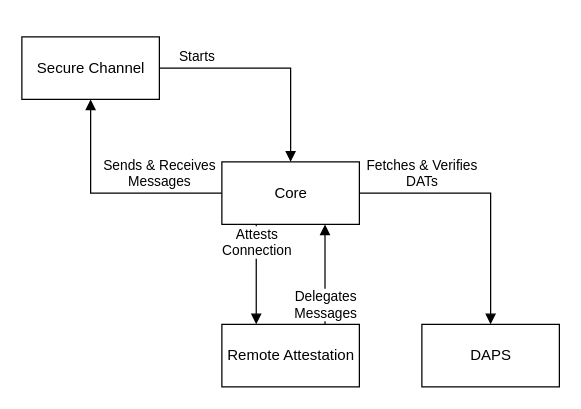
MatthiasGr/idscp2-jvm-wiki keeps this draw.io diagram as images/components.drawio. Above is the earlier version. Source tidied: cells renumbered, new cells numbered last; positions are measured from the earlier drawing's top-left corner, leaving out a move shared by most shapes. Both pictures are drawn from the tidied source at 125%, with x=0, y=0 at pixel (21, 36).
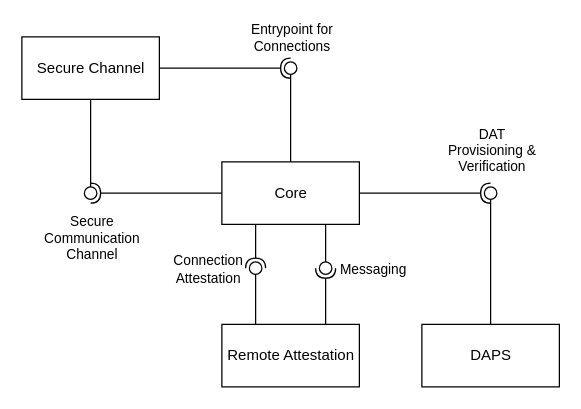
After the change.

Commit message (it also covers changes not shown here):
Modified the component diagram to be closer to UML

The change refers to these unchanged cells:
```xml
<mxCell id="2" value="Secure Channel" style="html=1;" parent="1" vertex="1">
  <mxGeometry width="110" height="50" as="geometry" />
</mxCell>
<mxCell id="3" value="Core" style="html=1;" parent="1" vertex="1">
  <mxGeometry x="160" y="100" width="110" height="50" as="geometry" />
</mxCell>
<mxCell id="6" value="DAPS" style="html=1;" parent="1" vertex="1">
  <mxGeometry x="320" y="230" width="110" height="50" as="geometry" />
</mxCell>
<mxCell id="8" value="Remote Attestation" style="html=1;" parent="1" vertex="1">
  <mxGeometry x="160" y="230" width="110" height="50" as="geometry" />
</mxCell>
```

Diff of the diagram source:
```diff
@@
-    <mxCell id="4" value="Starts" style="html=1;verticalAlign=bottom;endArrow=block;rounded=0;exitX=1;exitY=0.5;exitDx=0;exitDy=0;entryX=0.5;entryY=0;entryDx=0;entryDy=0;" parent="1" edge="1" source="2" target="3">
-      <mxGeometry x="-0.67" relative="1" as="geometry">
-        <Array as="points">
-          <mxPoint x="215" y="25" />
-        </Array>
-      </mxGeometry>
-    </mxCell>
-    <mxCell id="5" value="Sends &amp;amp; Receives&lt;br&gt;Messages" style="html=1;verticalAlign=bottom;endArrow=block;rounded=0;exitX=0;exitY=0.5;exitDx=0;exitDy=0;entryX=0.5;entryY=1;entryDx=0;entryDy=0;" parent="1" edge="1" source="3" target="2">
-      <mxGeometry x="-0.44" relative="1" as="geometry">
-        <Array as="points">
-          <mxPoint x="55" y="125" />
-        </Array>
-      </mxGeometry>
-    </mxCell>
@@
-    <mxCell id="7" value="Fetches &amp;amp; Verifies&lt;br&gt;DATs" style="html=1;verticalAlign=bottom;endArrow=block;rounded=0;exitX=1;exitY=0.5;exitDx=0;exitDy=0;entryX=0.5;entryY=0;entryDx=0;entryDy=0;" parent="1" edge="1" source="3" target="6">
-      <mxGeometry x="-0.52" relative="1" as="geometry">
-        <Array as="points">
-          <mxPoint x="375" y="125" />
-        </Array>
-      </mxGeometry>
-    </mxCell>
@@
-    <mxCell id="9" value="Attests&lt;br&gt;Connection" style="html=1;verticalAlign=bottom;endArrow=block;rounded=0;exitX=0.25;exitY=1;exitDx=0;exitDy=0;entryX=0.25;entryY=0;entryDx=0;entryDy=0;" parent="1" edge="1" source="3" target="8">
-      <mxGeometry x="-0.25" relative="1" as="geometry" />
-    </mxCell>
-    <mxCell id="10" value="Delegates&lt;br&gt;Messages" style="html=1;verticalAlign=bottom;endArrow=block;rounded=0;exitX=0.75;exitY=0;exitDx=0;exitDy=0;entryX=0.75;entryY=1;entryDx=0;entryDy=0;" parent="1" edge="1" source="8" target="3">
-      <mxGeometry x="-1" relative="1" as="geometry" />
-    </mxCell>
+    <mxCell id="11" style="rounded=0;jettySize=auto;html=1;endArrow=none;endFill=0;sketch=0;sourcePerimeterSpacing=0;targetPerimeterSpacing=0;exitX=0.5;exitY=1;exitDx=0;exitDy=0;" parent="1" edge="1" source="2" target="14">
+      <mxGeometry relative="1" as="geometry" />
+    </mxCell>
+    <mxCell id="12" style="rounded=0;jettySize=auto;html=1;endArrow=halfCircle;endFill=0;entryX=0.5;entryY=0.5;endSize=6;strokeWidth=1;sketch=0;exitX=0;exitY=0.5;exitDx=0;exitDy=0;" parent="1" edge="1" source="3" target="14">
+      <mxGeometry relative="1" as="geometry" />
+    </mxCell>
+    <mxCell id="13" value="Secure&lt;br&gt;Communication&lt;br&gt;Channel" style="edgeLabel;html=1;align=center;verticalAlign=middle;" parent="12" vertex="1">
+      <mxGeometry x="0.62" y="1" relative="1" as="geometry">
+        <mxPoint x="-20" y="34" as="offset" />
+      </mxGeometry>
+    </mxCell>
+    <mxCell id="14" style="ellipse;whiteSpace=wrap;html=1;align=center;points=[];outlineConnect=0;sketch=0;" parent="1" vertex="1">
+      <mxGeometry x="50" y="120" width="10" height="10" as="geometry" />
+    </mxCell>
+    <mxCell id="15" style="rounded=0;jettySize=auto;html=1;endArrow=none;endFill=0;sketch=0;sourcePerimeterSpacing=0;targetPerimeterSpacing=0;exitX=0.5;exitY=0;exitDx=0;exitDy=0;" parent="1" edge="1" source="6" target="18">
+      <mxGeometry relative="1" as="geometry" />
+    </mxCell>
+    <mxCell id="16" value="DAT&lt;br&gt;Provisioning &amp;amp;&lt;br&gt;Verification" style="edgeLabel;html=1;align=center;verticalAlign=middle;" parent="15" vertex="1">
+      <mxGeometry x="0.82" y="-3" relative="1" as="geometry">
+        <mxPoint x="-3" y="-49" as="offset" />
+      </mxGeometry>
+    </mxCell>
+    <mxCell id="17" style="rounded=0;jettySize=auto;html=1;endArrow=halfCircle;endFill=0;entryX=0.5;entryY=0.5;endSize=6;strokeWidth=1;sketch=0;exitX=1;exitY=0.5;exitDx=0;exitDy=0;" parent="1" edge="1" source="3" target="18">
+      <mxGeometry relative="1" as="geometry" />
+    </mxCell>
+    <mxCell id="18" style="ellipse;whiteSpace=wrap;html=1;align=center;points=[];outlineConnect=0;sketch=0;" parent="1" vertex="1">
+      <mxGeometry x="370" y="120" width="10" height="10" as="geometry" />
+    </mxCell>
+    <mxCell id="19" style="rounded=0;jettySize=auto;html=1;endArrow=none;endFill=0;sketch=0;sourcePerimeterSpacing=0;targetPerimeterSpacing=0;exitX=0;exitY=0;exitDx=0;exitDy=0;" parent="1" edge="1" target="22">
+      <mxGeometry relative="1" as="geometry">
+        <mxPoint x="187" y="230" as="sourcePoint" />
+      </mxGeometry>
+    </mxCell>
+    <mxCell id="20" value="Connection&lt;br&gt;Attestation" style="edgeLabel;html=1;align=center;verticalAlign=middle;" parent="19" vertex="1">
+      <mxGeometry x="0.42" relative="1" as="geometry">
+        <mxPoint x="-39" y="-17" as="offset" />
+      </mxGeometry>
+    </mxCell>
+    <mxCell id="21" style="rounded=0;jettySize=auto;html=1;endArrow=halfCircle;endFill=0;entryX=0.5;entryY=0.5;endSize=6;strokeWidth=1;sketch=0;exitX=0;exitY=1;exitDx=0;exitDy=0;" parent="1" edge="1" target="22">
+      <mxGeometry relative="1" as="geometry">
+        <mxPoint x="187" y="150" as="sourcePoint" />
+      </mxGeometry>
+    </mxCell>
+    <mxCell id="22" style="ellipse;whiteSpace=wrap;html=1;align=center;points=[];outlineConnect=0;sketch=0;" parent="1" vertex="1">
+      <mxGeometry x="182" y="180" width="10" height="10" as="geometry" />
+    </mxCell>
+    <mxCell id="23" style="rounded=0;jettySize=auto;html=1;endArrow=none;endFill=0;sketch=0;sourcePerimeterSpacing=0;targetPerimeterSpacing=0;exitX=1;exitY=1;exitDx=0;exitDy=0;" parent="1" edge="1" target="26">
+      <mxGeometry relative="1" as="geometry">
+        <mxPoint x="243" y="150" as="sourcePoint" />
+      </mxGeometry>
+    </mxCell>
+    <mxCell id="24" style="rounded=0;jettySize=auto;html=1;endArrow=halfCircle;endFill=0;entryX=0.5;entryY=0.5;endSize=6;strokeWidth=1;sketch=0;exitX=1;exitY=0;exitDx=0;exitDy=0;" parent="1" edge="1" target="26">
+      <mxGeometry relative="1" as="geometry">
+        <mxPoint x="243" y="230" as="sourcePoint" />
+      </mxGeometry>
+    </mxCell>
+    <mxCell id="25" value="Messaging" style="edgeLabel;html=1;align=center;verticalAlign=middle;" parent="24" vertex="1">
+      <mxGeometry x="0.35" y="1" relative="1" as="geometry">
+        <mxPoint x="38" y="-15" as="offset" />
+      </mxGeometry>
+    </mxCell>
+    <mxCell id="26" style="ellipse;whiteSpace=wrap;html=1;align=center;points=[];outlineConnect=0;sketch=0;" parent="1" vertex="1">
+      <mxGeometry x="238" y="180" width="10" height="10" as="geometry" />
+    </mxCell>
+    <mxCell id="27" style="rounded=0;jettySize=auto;html=1;endArrow=none;endFill=0;sketch=0;sourcePerimeterSpacing=0;targetPerimeterSpacing=0;exitX=0.5;exitY=0;exitDx=0;exitDy=0;" parent="1" edge="1" source="3" target="30">
+      <mxGeometry relative="1" as="geometry" />
+    </mxCell>
+    <mxCell id="28" value="Entrypoint for&lt;br&gt;Connections" style="edgeLabel;html=1;align=center;verticalAlign=middle;" parent="27" vertex="1">
+      <mxGeometry x="0.77" y="-1" relative="1" as="geometry">
+        <mxPoint x="-1" y="-38" as="offset" />
+      </mxGeometry>
+    </mxCell>
+    <mxCell id="29" style="rounded=0;jettySize=auto;html=1;endArrow=halfCircle;endFill=0;entryX=0.5;entryY=0.5;endSize=6;strokeWidth=1;sketch=0;exitX=1;exitY=0.5;exitDx=0;exitDy=0;" parent="1" edge="1" source="2" target="30">
+      <mxGeometry relative="1" as="geometry" />
+    </mxCell>
+    <mxCell id="30" style="ellipse;whiteSpace=wrap;html=1;align=center;points=[];outlineConnect=0;sketch=0;" parent="1" vertex="1">
+      <mxGeometry x="210" y="20" width="10" height="10" as="geometry" />
+    </mxCell>
```
